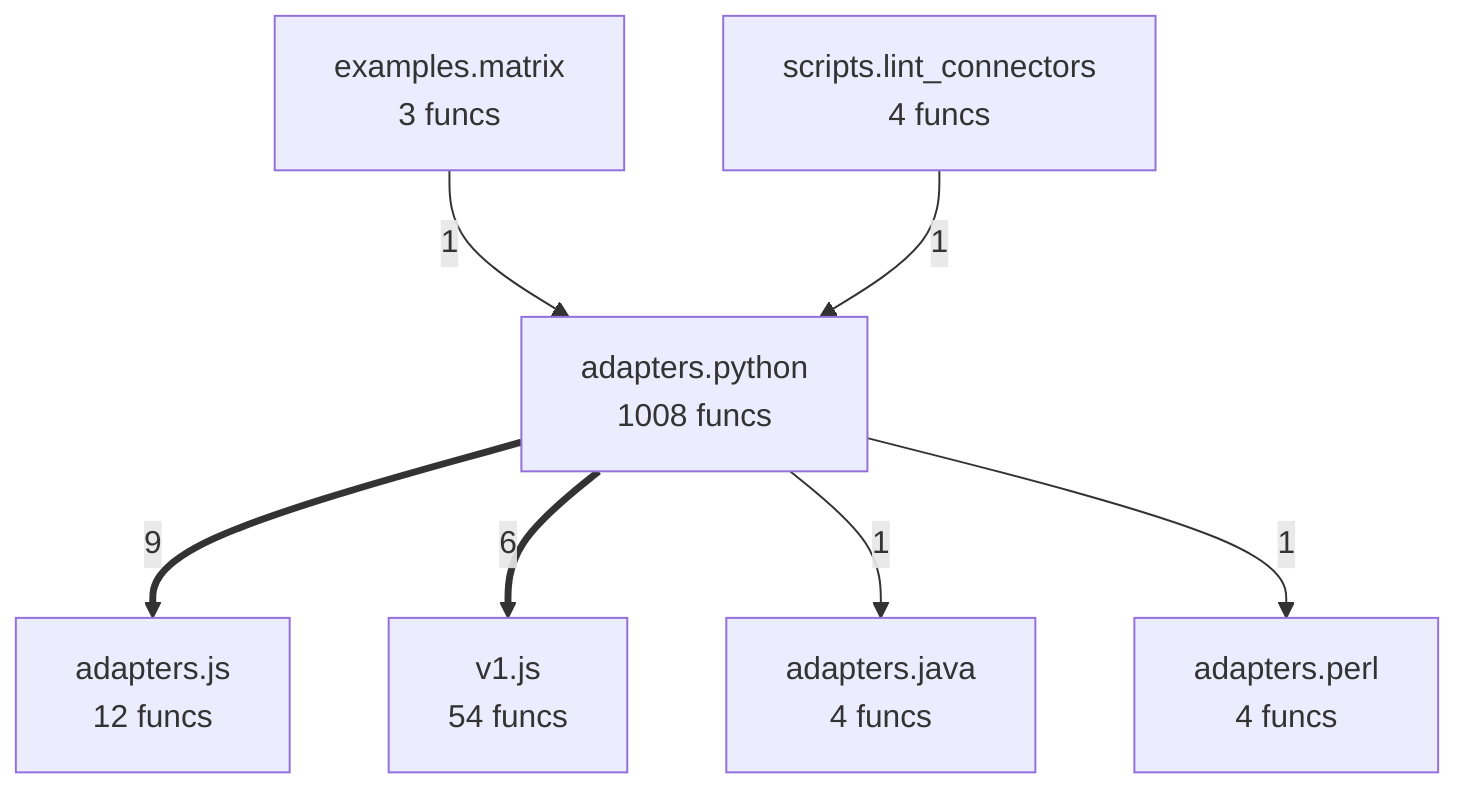
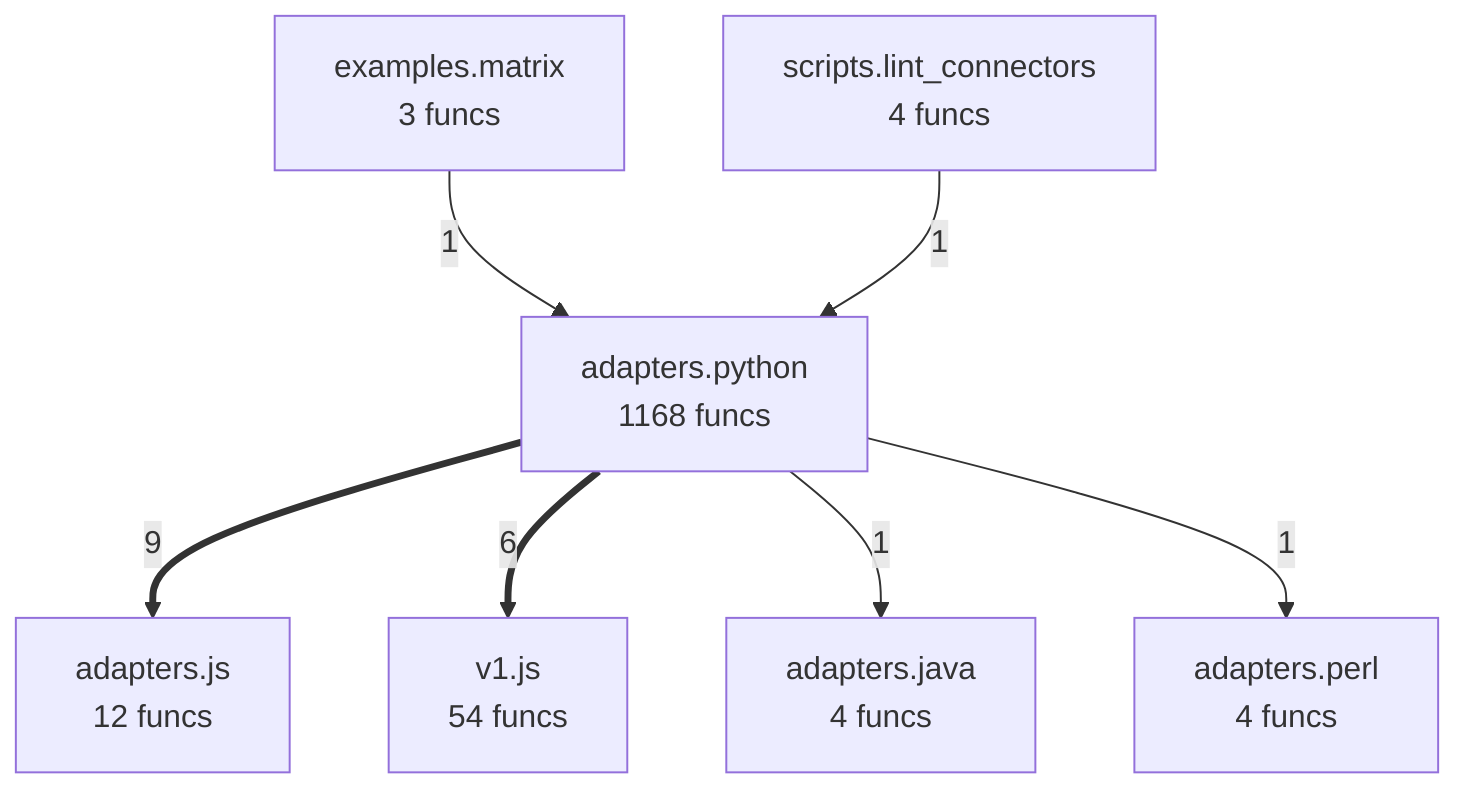
flowchart TD
- %% generated in 0.03s
+ %% generated in 0.04s
    adapters__java["adapters.java<br/>4 funcs"]
    adapters__js["adapters.js<br/>12 funcs"]
    adapters__perl["adapters.perl<br/>4 funcs"]
-     adapters__python["adapters.python<br/>1008 funcs"]
+     adapters__python["adapters.python<br/>1168 funcs"]
    examples__matrix["examples.matrix<br/>3 funcs"]
    scripts__lint_connectors["scripts.lint_connectors<br/>4 funcs"]
    v1__js["v1.js<br/>54 funcs"]
    adapters__python ==>|9| adapters__js
    adapters__python ==>|6| v1__js
    examples__matrix -->|1| adapters__python
    scripts__lint_connectors -->|1| adapters__python
    adapters__python -->|1| adapters__java
    adapters__python -->|1| adapters__perl
